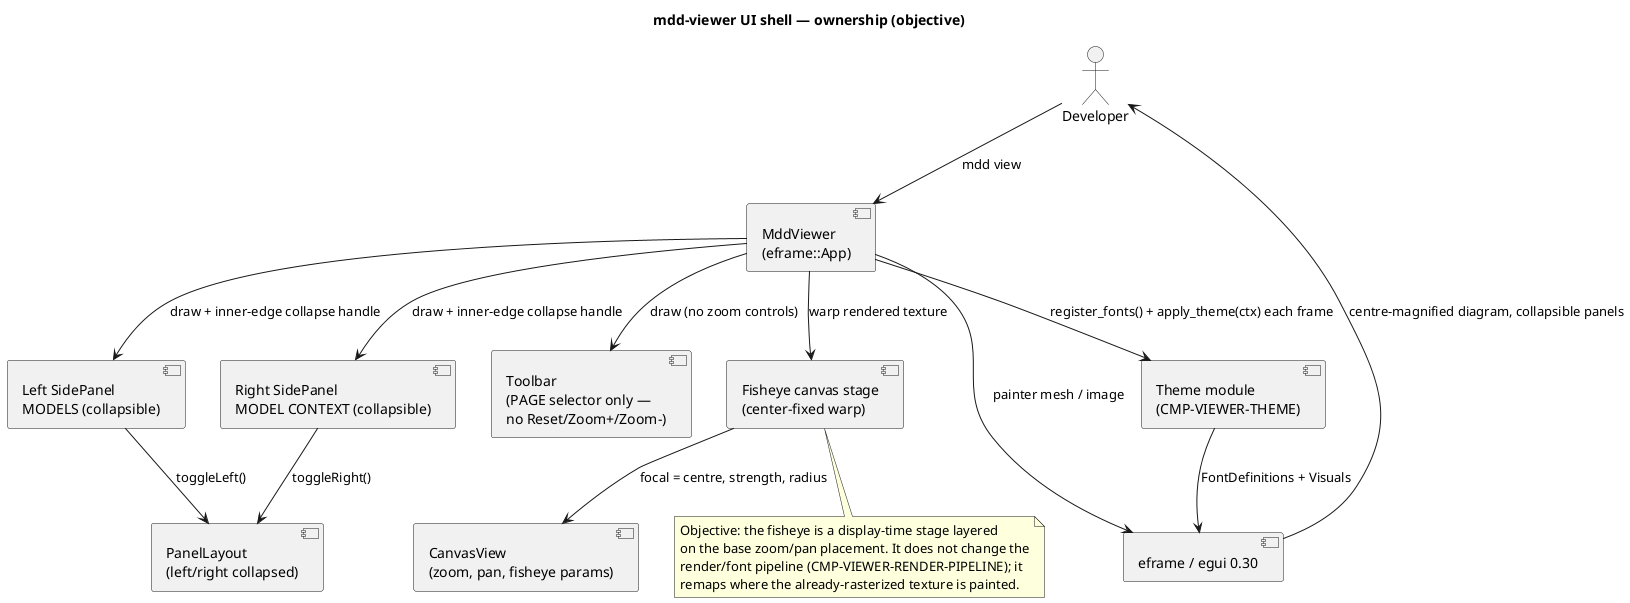
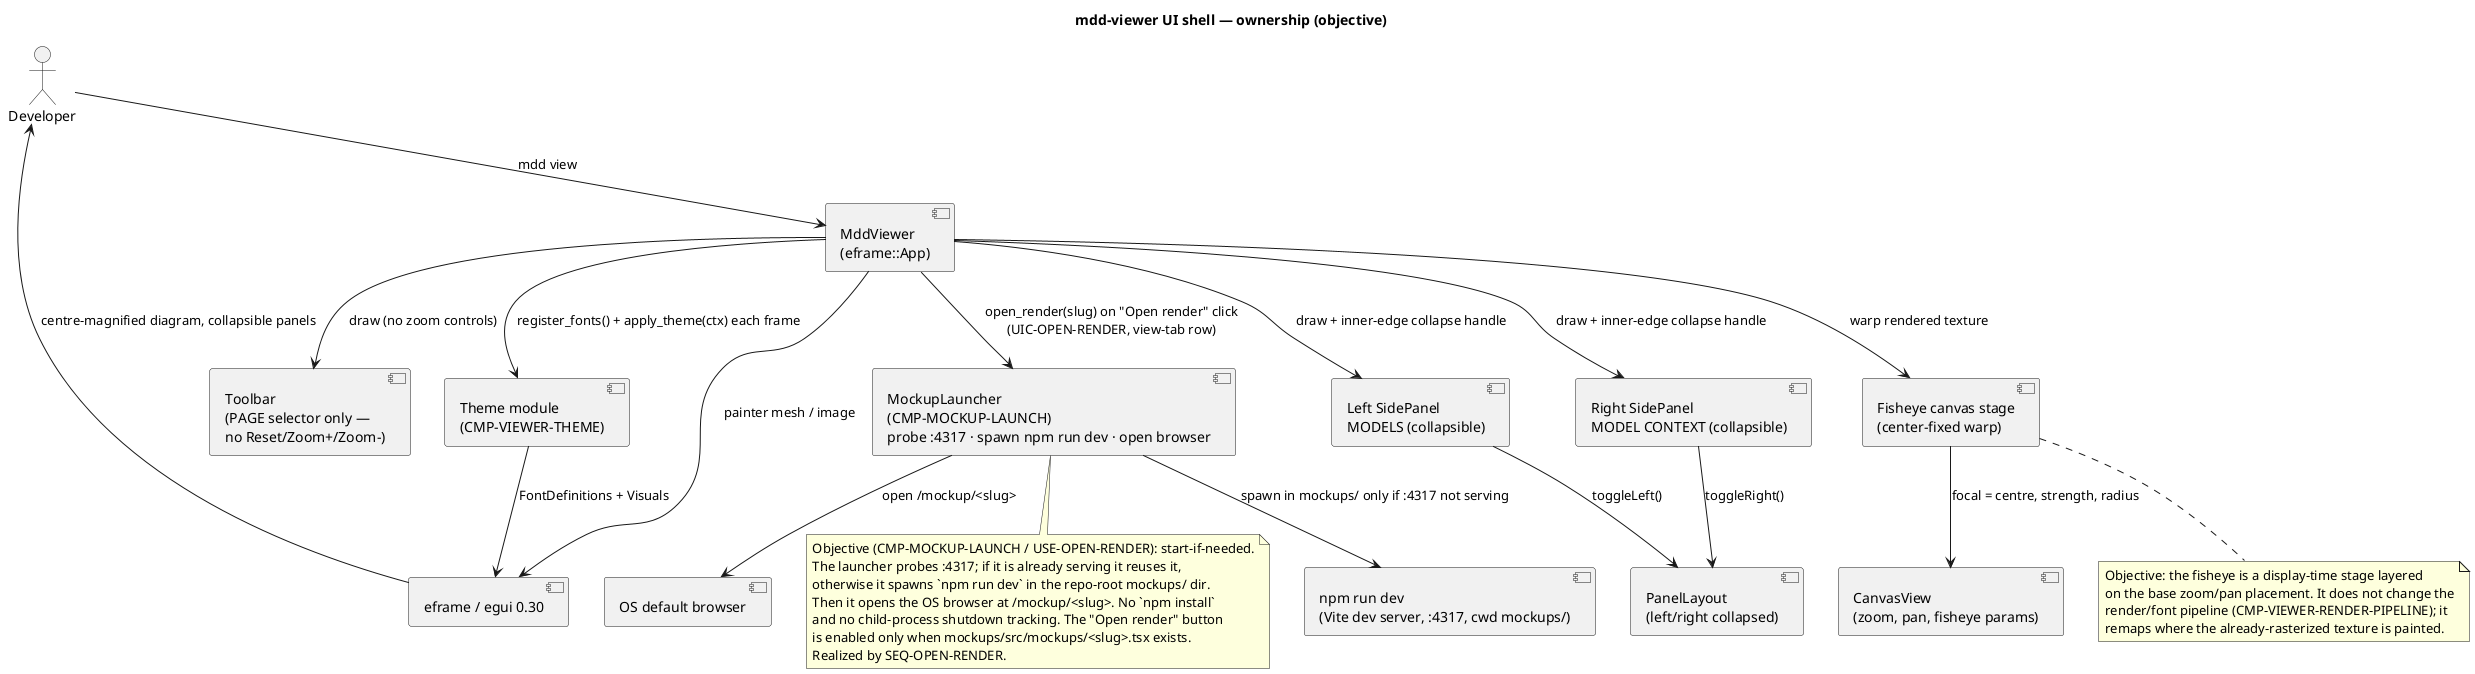
@startuml
' @id(CMP-VIEWER-SHELL)
' @ref(USE-VIEW-DIAGRAMS)
' @desc(CMP-VIEWER-SHELL, "The egui shell of mdd-viewer: collapsible left/right SidePanels, a toolbar with no zoom buttons, a center-fixed fisheye canvas stage that warps the rendered texture before painting, and a per-frame theming step that delegates to CMP-VIEWER-THEME.")
+ ' @id(CMP-MOCKUP-LAUNCH)
+ ' @ref(USE-OPEN-RENDER)
+ ' @desc(CMP-MOCKUP-LAUNCH, "Viewer helper that opens a selected mockup's React render. From the mockup slug it derives the route /mockup/<slug>, probes localhost:4317, spawns `npm run dev` in the repo-root mockups/ dir only if the port is not already serving, then opens the OS default browser. Invoked by the view-tab row 'Open render' button (UIC-OPEN-RENDER); enabled only when mockups/src/mockups/<slug>.tsx exists.")
' Objective-side component view of the viewer UI shell — the part this
' cycle changes. The render/font pipeline remains CMP-VIEWER-RENDER-PIPELINE;
' chrome theming is owned by CMP-VIEWER-THEME.
title mdd-viewer UI shell — ownership (objective)

actor "Developer" as Dev

component "MddViewer\n(eframe::App)" as Viewer
component "Left SidePanel\nMODELS (collapsible)" as Left
component "Right SidePanel\nMODEL CONTEXT (collapsible)" as Right
component "Toolbar\n(PAGE selector only —\nno Reset/Zoom+/Zoom-)" as Toolbar
component "Fisheye canvas stage\n(center-fixed warp)" as Fisheye
component "PanelLayout\n(left/right collapsed)" as PL
component "CanvasView\n(zoom, pan, fisheye params)" as CV
component "eframe / egui 0.30" as Egui
component "Theme module\n(CMP-VIEWER-THEME)" as Theme

Dev --> Viewer : mdd view
Viewer --> Theme : register_fonts() + apply_theme(ctx) each frame
Theme --> Egui : FontDefinitions + Visuals
Viewer --> Left : draw + inner-edge collapse handle
Viewer --> Right : draw + inner-edge collapse handle
Left --> PL : toggleLeft()
Right --> PL : toggleRight()
Viewer --> Toolbar : draw (no zoom controls)
Viewer --> Fisheye : warp rendered texture
Fisheye --> CV : focal = centre, strength, radius
Viewer --> Egui : painter mesh / image
Egui --> Dev : centre-magnified diagram, collapsible panels

note bottom of Fisheye
  Objective: the fisheye is a display-time stage layered
  on the base zoom/pan placement. It does not change the
  render/font pipeline (CMP-VIEWER-RENDER-PIPELINE); it
  remaps where the already-rasterized texture is painted.
end note
+ 
+ component "MockupLauncher\n(CMP-MOCKUP-LAUNCH)\nprobe :4317 · spawn npm run dev · open browser" as Launch
+ component "npm run dev\n(Vite dev server, :4317, cwd mockups/)" as Vite
+ component "OS default browser" as Browser
+ 
+ Viewer --> Launch : open_render(slug) on "Open render" click\n(UIC-OPEN-RENDER, view-tab row)
+ Launch --> Vite : spawn in mockups/ only if :4317 not serving
+ Launch --> Browser : open /mockup/<slug>
+ 
+ note bottom of Launch
+   Objective (CMP-MOCKUP-LAUNCH / USE-OPEN-RENDER): start-if-needed.
+   The launcher probes :4317; if it is already serving it reuses it,
+   otherwise it spawns `npm run dev` in the repo-root mockups/ dir.
+   Then it opens the OS browser at /mockup/<slug>. No `npm install`
+   and no child-process shutdown tracking. The "Open render" button
+   is enabled only when mockups/src/mockups/<slug>.tsx exists.
+   Realized by SEQ-OPEN-RENDER.
+ end note
@enduml
